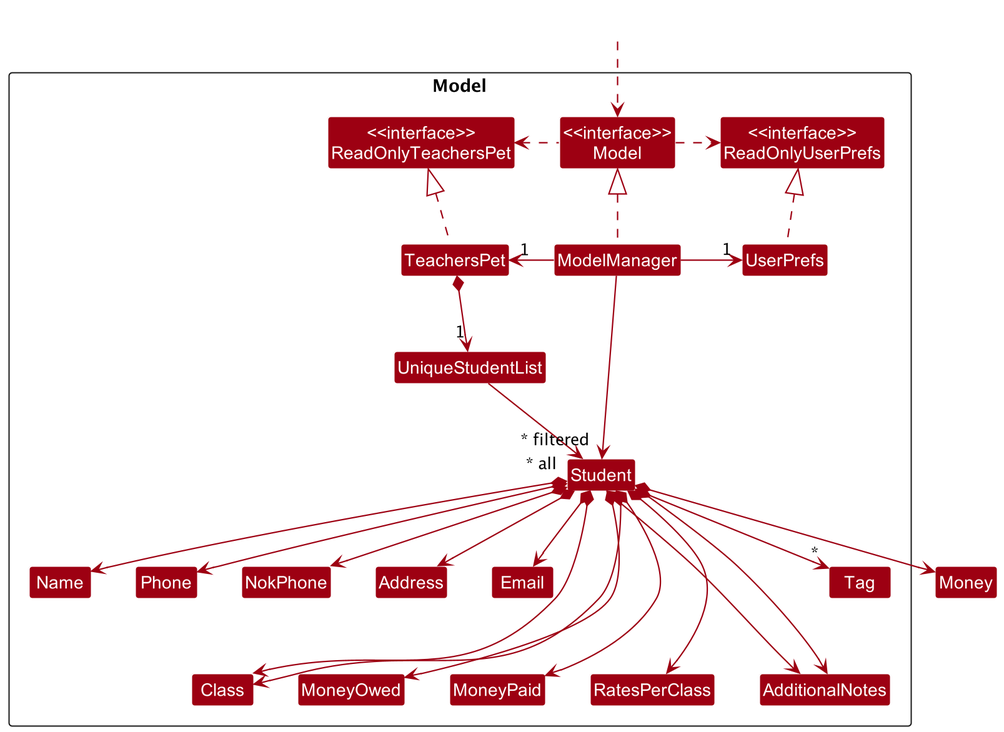
Before: docs/images/DG-images/ModelClassDiagram.png, a diagram exported from PlantUML (nus-cs2103-AY2223S1/tp). Its source is kept beside it as docs/diagrams/ModelClassDiagram.puml.
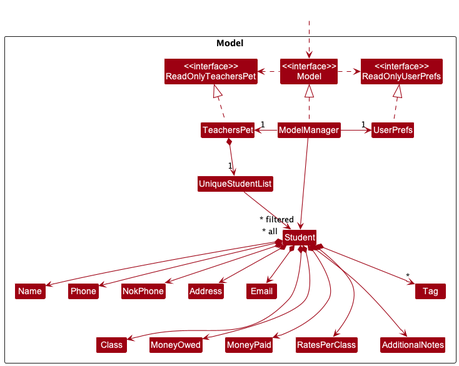
The same diagram one commit later.

Commit message:
Fix inaccurate fields for Student

The edit, as a diff of the source:
```diff
@@ -48,14 +48,11 @@
 Student *--> Email
 Student *--> Address
 Student *--> Class
-Student *--> Money
-Student *--> AdditionalNotes
-Student *--> "*" Tag
-Student *--> Class
-Student *--> AdditionalNotes
 Student *--> MoneyOwed
 Student *--> MoneyPaid
 Student *--> RatesPerClass
+Student *--> AdditionalNotes
+Student *--> "*" Tag
 
 Name -[hidden]right-> Phone
 Phone -[hidden]right-> NokPhone
```
